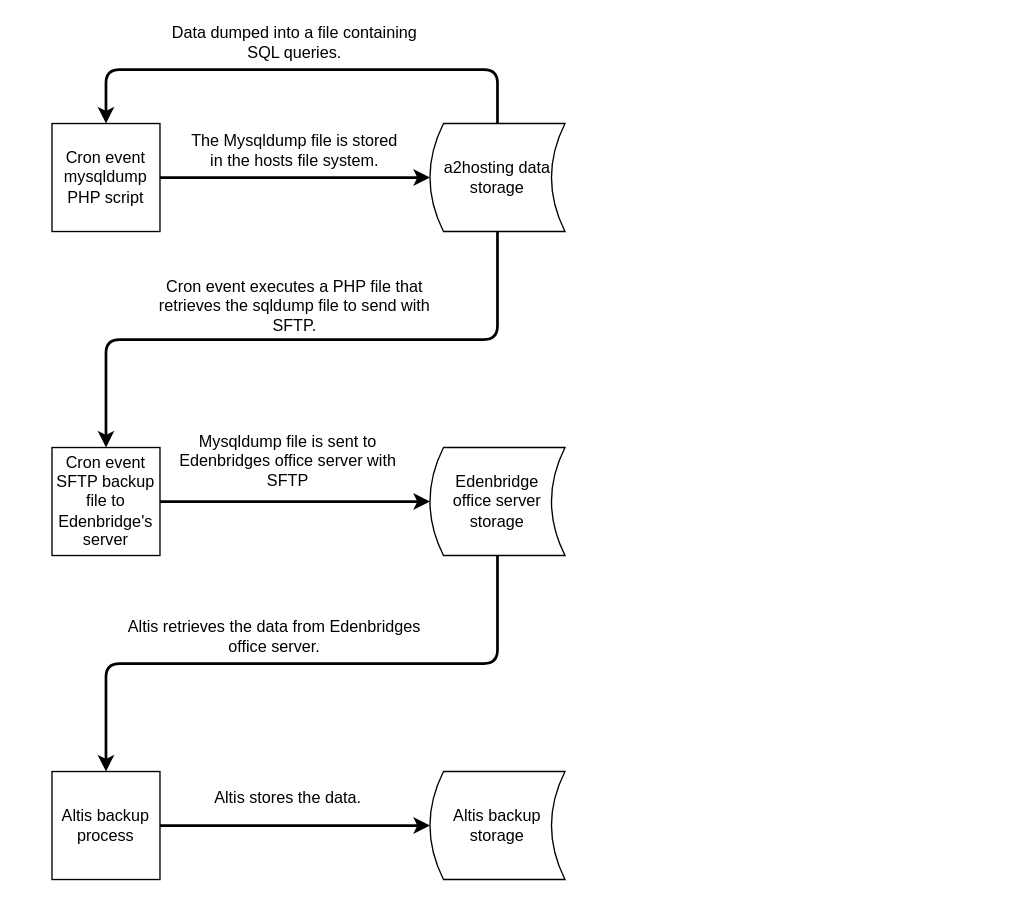
Earlier version of the draw.io diagram Diagrams/DFD/AddProc.drawio (Harlento/SchedulingSystem). Source tidied: cells renumbered, new cells numbered last; positions are measured from the earlier drawing's top-left corner, leaving out a move shared by most shapes. Both pictures are drawn from the tidied source at 135%, with x=0, y=0 at pixel (51, 28).
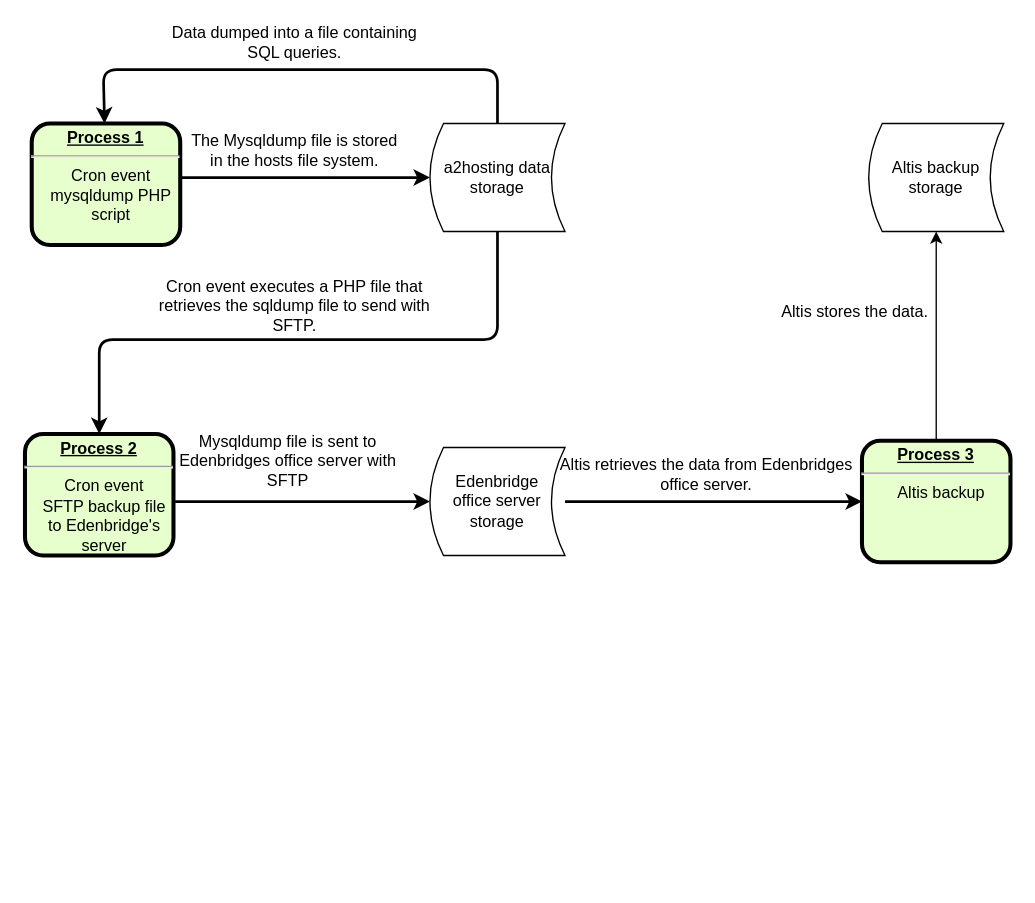
After the change.

Unchanged cells that the change refers to:
```xml
<mxCell id="5" value="Edenbridge &lt;br&gt;office server&lt;br&gt;storage" style="shape=dataStorage;whiteSpace=wrap;html=1;" parent="1" vertex="1">
  <mxGeometry x="280" y="310" width="100" height="80" as="geometry" />
</mxCell>
<mxCell id="6" value="a2hosting data storage" style="shape=dataStorage;whiteSpace=wrap;html=1;" parent="1" vertex="1">
  <mxGeometry x="280" y="70" width="100" height="80" as="geometry" />
</mxCell>
```

What changed in the source:
```diff
@@
-    <mxCell id="2" value="Altis backup process" style="whiteSpace=wrap;html=1;" parent="1" vertex="1">
-      <mxGeometry y="550" width="80" height="80" as="geometry" />
-    </mxCell>
-    <mxCell id="3" value="Cron event mysqldump PHP script" style="whiteSpace=wrap;html=1;" parent="1" vertex="1">
-      <mxGeometry y="70" width="80" height="80" as="geometry" />
-    </mxCell>
     <mxCell id="4" value="Altis backup&lt;br&gt;storage" style="shape=dataStorage;whiteSpace=wrap;html=1;" parent="1" vertex="1">
-      <mxGeometry x="280" y="550" width="100" height="80" as="geometry" />
+      <mxGeometry x="605" y="70" width="100" height="80" as="geometry" />
     </mxCell>
@@
-    <mxCell id="7" value="Cron event&lt;br&gt;SFTP backup file to Edenbridge's server" style="whiteSpace=wrap;html=1;" parent="1" vertex="1">
-      <mxGeometry y="310" width="80" height="80" as="geometry" />
-    </mxCell>
-    <mxCell id="8" style="endArrow=classic;html=1;strokeWidth=2;exitX=1;exitY=0.5;exitDx=0;exitDy=0;entryX=0;entryY=0.5;entryDx=0;entryDy=0;" parent="1" edge="1" source="3" target="6">
-      <mxGeometry relative="1" as="geometry" />
+    <mxCell id="8" style="endArrow=classic;html=1;strokeWidth=2;exitX=1;exitY=0.5;exitDx=0;exitDy=0;entryX=0;entryY=0.5;entryDx=0;entryDy=0;" parent="1" edge="1" target="6">
+      <mxGeometry relative="1" as="geometry">
+        <mxPoint x="80" y="110" as="sourcePoint" />
+      </mxGeometry>
     </mxCell>
-    <mxCell id="9" style="endArrow=classic;html=1;strokeWidth=2;entryX=0.5;entryY=0;entryDx=0;entryDy=0;exitX=0.5;exitY=0;exitDx=0;exitDy=0;" parent="1" edge="1" source="6" target="3">
+    <mxCell id="9" style="endArrow=classic;html=1;strokeWidth=2;exitX=0.5;exitY=0;exitDx=0;exitDy=0;" parent="1" edge="1" source="6" target="20">
       <mxGeometry relative="1" as="geometry">
         <Array as="points">
           <mxPoint x="330" y="30" />
-          <mxPoint x="40" y="30" />
+          <mxPoint x="38" y="30" />
         </Array>
       </mxGeometry>
     </mxCell>
-    <mxCell id="10" style="endArrow=classic;html=1;strokeWidth=2;exitX=0.5;exitY=1;exitDx=0;exitDy=0;entryX=0.5;entryY=0;entryDx=0;entryDy=0;" parent="1" edge="1" source="6" target="7">
+    <mxCell id="10" style="endArrow=classic;html=1;strokeWidth=2;exitX=0.5;exitY=1;exitDx=0;exitDy=0;entryX=0.5;entryY=0;entryDx=0;entryDy=0;" parent="1" edge="1" source="6" target="21">
       <mxGeometry relative="1" as="geometry">
         <Array as="points">
           <mxPoint x="330" y="230" />
-          <mxPoint x="40" y="230" />
+          <mxPoint x="35" y="230" />
         </Array>
       </mxGeometry>
     </mxCell>
-    <mxCell id="11" style="endArrow=classic;html=1;strokeWidth=2;fontColor=#000000;exitX=1;exitY=0.5;exitDx=0;exitDy=0;entryX=0;entryY=0.5;entryDx=0;entryDy=0;" parent="1" edge="1" source="7" target="5">
-      <mxGeometry relative="1" as="geometry" />
+    <mxCell id="11" style="endArrow=classic;html=1;strokeWidth=2;fontColor=#000000;exitX=1;exitY=0.5;exitDx=0;exitDy=0;entryX=0;entryY=0.5;entryDx=0;entryDy=0;" parent="1" edge="1" target="5">
+      <mxGeometry relative="1" as="geometry">
+        <mxPoint x="80" y="350" as="sourcePoint" />
+      </mxGeometry>
     </mxCell>
-    <mxCell id="12" style="endArrow=classic;html=1;strokeWidth=2;fontColor=#000000;entryX=0;entryY=0.5;entryDx=0;entryDy=0;exitX=1;exitY=0.5;exitDx=0;exitDy=0;" parent="1" edge="1" source="2" target="4">
-      <mxGeometry relative="1" as="geometry" />
-    </mxCell>
-    <mxCell id="13" style="endArrow=classic;html=1;strokeWidth=2;fontColor=#000000;exitX=0.5;exitY=1;exitDx=0;exitDy=0;entryX=0.5;entryY=0;entryDx=0;entryDy=0;" parent="1" edge="1" source="5" target="2">
-      <mxGeometry relative="1" as="geometry">
-        <Array as="points">
-          <mxPoint x="330" y="470" />
-          <mxPoint x="40" y="470" />
-        </Array>
-      </mxGeometry>
+    <mxCell id="13" style="endArrow=classic;html=1;strokeWidth=2;fontColor=#000000;exitX=1;exitY=0.5;exitDx=0;exitDy=0;entryX=0;entryY=0.5;entryDx=0;entryDy=0;" parent="1" edge="1" source="5" target="22">
+      <mxGeometry relative="1" as="geometry" />
     </mxCell>
@@
     <mxCell id="18" value="Altis retrieves the data from Edenbridges office server." style="text;html=1;strokeColor=none;fillColor=none;align=center;verticalAlign=middle;whiteSpace=wrap;rounded=0;fontColor=#000000;" parent="1" vertex="1">
-      <mxGeometry x="50" y="440" width="230" height="20" as="geometry" />
+      <mxGeometry x="370" y="320" width="230" height="20" as="geometry" />
     </mxCell>
     <mxCell id="19" value="Altis stores the data." style="text;html=1;strokeColor=none;fillColor=none;align=center;verticalAlign=middle;whiteSpace=wrap;rounded=0;fontColor=#000000;" parent="1" vertex="1">
-      <mxGeometry x="90" y="560" width="170" height="20" as="geometry" />
+      <mxGeometry x="510" y="200" width="170" height="20" as="geometry" />
     </mxCell>
+    <mxCell id="20" value="&lt;p style=&quot;margin: 0px ; margin-top: 4px ; text-align: center ; text-decoration: underline&quot;&gt;&lt;strong&gt;Process 1&lt;br&gt;&lt;/strong&gt;&lt;/p&gt;&lt;hr&gt;&lt;p style=&quot;margin: 0px ; margin-left: 8px&quot;&gt;&lt;span style=&quot;font-weight: 400 ; white-space: normal&quot;&gt;Cron event mysqldump PHP script&lt;/span&gt;&lt;br&gt;&lt;/p&gt;" style="verticalAlign=middle;align=center;overflow=fill;fontSize=12;fontFamily=Helvetica;html=1;rounded=1;fontStyle=1;strokeWidth=3;fillColor=#E6FFCC;" parent="1" vertex="1">
+      <mxGeometry x="-15" y="70" width="110" height="90" as="geometry" />
+    </mxCell>
+    <mxCell id="21" value="&lt;p style=&quot;margin: 0px ; margin-top: 4px ; text-align: center ; text-decoration: underline&quot;&gt;&lt;strong&gt;Process 2&lt;br&gt;&lt;/strong&gt;&lt;/p&gt;&lt;hr&gt;&lt;p style=&quot;margin: 0px ; margin-left: 8px&quot;&gt;&lt;span style=&quot;font-weight: 400 ; white-space: normal&quot;&gt;Cron event&lt;/span&gt;&lt;br style=&quot;font-weight: 400 ; white-space: normal&quot;&gt;&lt;span style=&quot;font-weight: 400 ; white-space: normal&quot;&gt;SFTP backup file to Edenbridge's server&lt;/span&gt;&lt;br&gt;&lt;/p&gt;" style="verticalAlign=middle;align=center;overflow=fill;fontSize=12;fontFamily=Helvetica;html=1;rounded=1;fontStyle=1;strokeWidth=3;fillColor=#E6FFCC;" parent="1" vertex="1">
+      <mxGeometry x="-20" y="300" width="110" height="90" as="geometry" />
+    </mxCell>
+    <mxCell id="22" value="&lt;p style=&quot;margin: 0px ; margin-top: 4px ; text-align: center ; text-decoration: underline&quot;&gt;&lt;strong&gt;Process 3&lt;br&gt;&lt;/strong&gt;&lt;/p&gt;&lt;hr&gt;&lt;p style=&quot;margin: 0px ; margin-left: 8px&quot;&gt;&lt;span style=&quot;font-weight: 400 ; white-space: normal&quot;&gt;Altis backup&lt;/span&gt;&lt;br&gt;&lt;/p&gt;" style="verticalAlign=middle;align=center;overflow=fill;fontSize=12;fontFamily=Helvetica;html=1;rounded=1;fontStyle=1;strokeWidth=3;fillColor=#E6FFCC;" parent="1" vertex="1">
+      <mxGeometry x="600" y="305" width="110" height="90" as="geometry" />
+    </mxCell>
+    <mxCell id="23" style="endArrow=classic;html=1;exitX=0.5;exitY=0;exitDx=0;exitDy=0;entryX=0.5;entryY=1;entryDx=0;entryDy=0;" parent="1" edge="1" source="22" target="4">
+      <mxGeometry relative="1" as="geometry" />
+    </mxCell>
```
